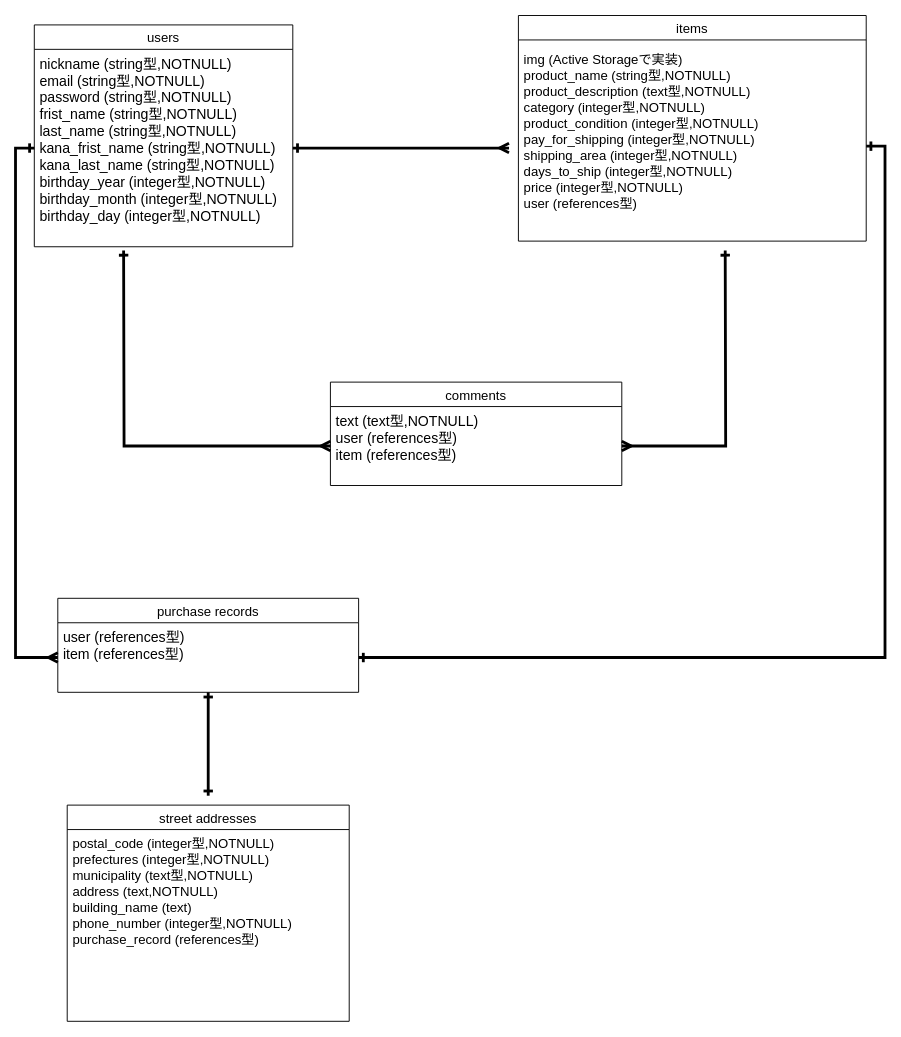
Above: furima-32895.dio in rikku1006/furima-32895 (draw.io), before the change. Source tidied: cells renumbered, new cells numbered last; positions are measured from the earlier drawing's top-left corner, leaving out a move shared by most shapes. Both pictures are drawn from the tidied source at 94%, with x=0, y=0 at pixel (34, 15).
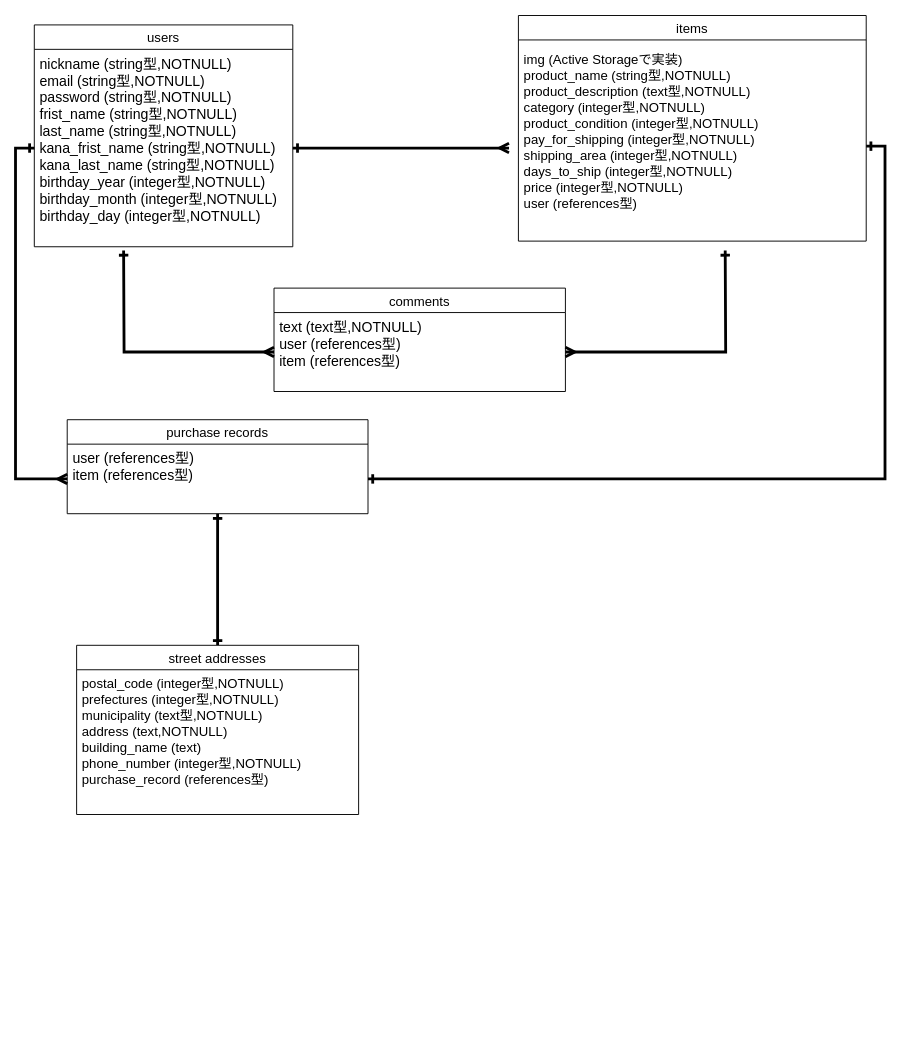
After the change.

Unchanged cells that the change refers to:
```xml
<mxCell id="12" value="img (Active Storageで実装)&#10;product_name (string型,NOTNULL)&#10;product_description (text型,NOTNULL)&#10;category (integer型,NOTNULL)&#10;product_condition (integer型,NOTNULL)&#10;pay_for_shipping (integer型,NOTNULL)&#10;shipping_area (integer型,NOTNULL)&#10;days_to_ship (integer型,NOTNULL)&#10;price (integer型,NOTNULL)&#10;user (references型)" style="text;strokeColor=none;fillColor=none;spacingLeft=4;spacingRight=4;overflow=hidden;points=[[0,0.5],[1,0.5]];portConstraint=eastwest;fontSize=14;" parent="1" vertex="1">
  <mxGeometry x="515" y="32" width="370" height="214" as="geometry" />
</mxCell>
```

What changed in the source:
```diff
@@
     <mxCell id="5" value="comments" style="swimlane;fontStyle=0;horizontal=1;startSize=26;align=center;fontSize=14;" parent="1" vertex="1">
-      <mxGeometry x="315" y="390" width="310" height="110" as="geometry" />
+      <mxGeometry x="255" y="290" width="310" height="110" as="geometry" />
     </mxCell>
@@
     <mxCell id="7" style="edgeStyle=orthogonalEdgeStyle;rounded=0;jettySize=auto;html=1;fontSize=14;strokeWidth=3;startArrow=ERone;startFill=0;endArrow=ERone;endFill=0;" parent="1" edge="1" source="8">
       <mxGeometry relative="1" as="geometry">
-        <mxPoint x="185" y="830" as="targetPoint" />
+        <mxPoint x="195" y="660" as="targetPoint" />
+        <Array as="points">
+          <mxPoint x="195" y="670" />
+          <mxPoint x="195" y="670" />
+        </Array>
       </mxGeometry>
     </mxCell>
     <mxCell id="8" value="purchase records" style="swimlane;fontStyle=0;horizontal=1;startSize=26;align=center;fontSize=14;" parent="1" vertex="1">
-      <mxGeometry x="25" y="620" width="320" height="100" as="geometry" />
+      <mxGeometry x="35" y="430" width="320" height="100" as="geometry" />
     </mxCell>
+    <mxCell id="17" value="user (references型)&#10;item (references型)" style="text;strokeColor=none;fillColor=none;spacingLeft=4;spacingRight=4;overflow=hidden;points=[[0,0.5],[1,0.5]];portConstraint=eastwest;fontSize=15;" parent="8" vertex="1">
+      <mxGeometry y="26" width="320" height="74" as="geometry" />
+    </mxCell>
     <mxCell id="9" value="street addresses" style="swimlane;fontStyle=0;horizontal=1;startSize=26;align=center;fontSize=14;" parent="1" vertex="1">
-      <mxGeometry x="35" y="840" width="300" height="230" as="geometry" />
+      <mxGeometry x="45" y="670" width="300" height="180" as="geometry" />
     </mxCell>
     <mxCell id="10" value="postal_code (integer型,NOTNULL)&#10;prefectures (integer型,NOTNULL)&#10;municipality (text型,NOTNULL)&#10;address (text,NOTNULL)&#10;building_name (text)&#10;phone_number (integer型,NOTNULL)&#10;purchase_record (references型)" style="text;strokeColor=none;fillColor=none;spacingLeft=4;spacingRight=4;overflow=hidden;fontSize=14;" parent="9" vertex="1">
-      <mxGeometry y="26" width="300" height="204" as="geometry" />
+      <mxGeometry y="26" width="300" height="154" as="geometry" />
     </mxCell>
     <mxCell id="11" style="edgeStyle=orthogonalEdgeStyle;rounded=0;jettySize=auto;html=1;exitX=1;exitY=0.5;exitDx=0;exitDy=0;entryX=1;entryY=0.5;entryDx=0;entryDy=0;fontSize=14;startArrow=ERone;startFill=0;endArrow=ERone;endFill=0;strokeWidth=3;" parent="1" edge="1" source="12" target="17">
       <mxGeometry relative="1" as="geometry">
         <Array as="points">
           <mxPoint x="905" y="139" />
-          <mxPoint x="905" y="683" />
+          <mxPoint x="905" y="493" />
         </Array>
       </mxGeometry>
     </mxCell>
@@
-    <mxCell id="17" value="user (references型)&#10;item (references型)" style="text;strokeColor=none;fillColor=none;spacingLeft=4;spacingRight=4;overflow=hidden;points=[[0,0.5],[1,0.5]];portConstraint=eastwest;fontSize=15;" parent="1" vertex="1">
-      <mxGeometry x="25" y="646" width="320" height="74" as="geometry" />
-    </mxCell>
```
